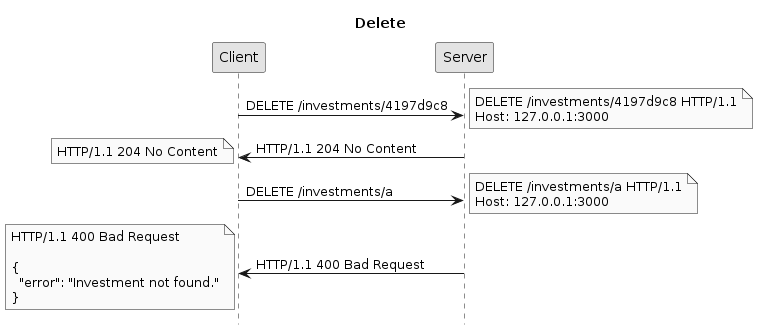
ifpb/lp2 keeps this PlantUML diagram as public/imgs/expressjs/api/delete-investment.png. Above is the earlier version. The source it was exported from:
```plantuml
@startuml
title Delete
hide footbox
skinparam monochrome true

Client -> Server: DELETE /investments/4197d9c8
note right: DELETE /investments/4197d9c8 HTTP/1.1\nHost: 127.0.0.1:3000
Server -> Client: HTTP/1.1 204 No Content
note left: HTTP/1.1 204 No Content

Client -> Server: DELETE /investments/a
note right: DELETE /investments/a HTTP/1.1\nHost: 127.0.0.1:3000
Server -> Client: HTTP/1.1 400 Bad Request
note left: HTTP/1.1 400 Bad Request\n\n{\n  "error": "Investment not found."\n}
@enduml
```
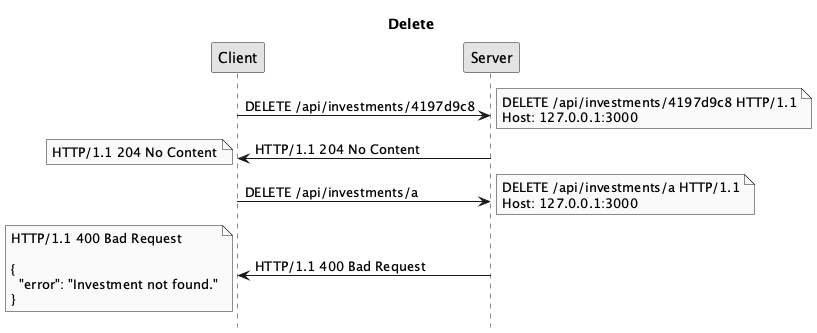
After the commit.

What changed in the source:
```diff
@@ -3,13 +3,13 @@
 hide footbox
 skinparam monochrome true
 
-Client -> Server: DELETE /investments/4197d9c8
-note right: DELETE /investments/4197d9c8 HTTP/1.1\nHost: 127.0.0.1:3000
+Client -> Server: DELETE /api/investments/4197d9c8
+note right: DELETE /api/investments/4197d9c8 HTTP/1.1\nHost: 127.0.0.1:3000
 Server -> Client: HTTP/1.1 204 No Content
 note left: HTTP/1.1 204 No Content
 
-Client -> Server: DELETE /investments/a
-note right: DELETE /investments/a HTTP/1.1\nHost: 127.0.0.1:3000
+Client -> Server: DELETE /api/investments/a
+note right: DELETE /api/investments/a HTTP/1.1\nHost: 127.0.0.1:3000
 Server -> Client: HTTP/1.1 400 Bad Request
 note left: HTTP/1.1 400 Bad Request\n\n{\n  "error": "Investment not found."\n}
 @enduml
```
